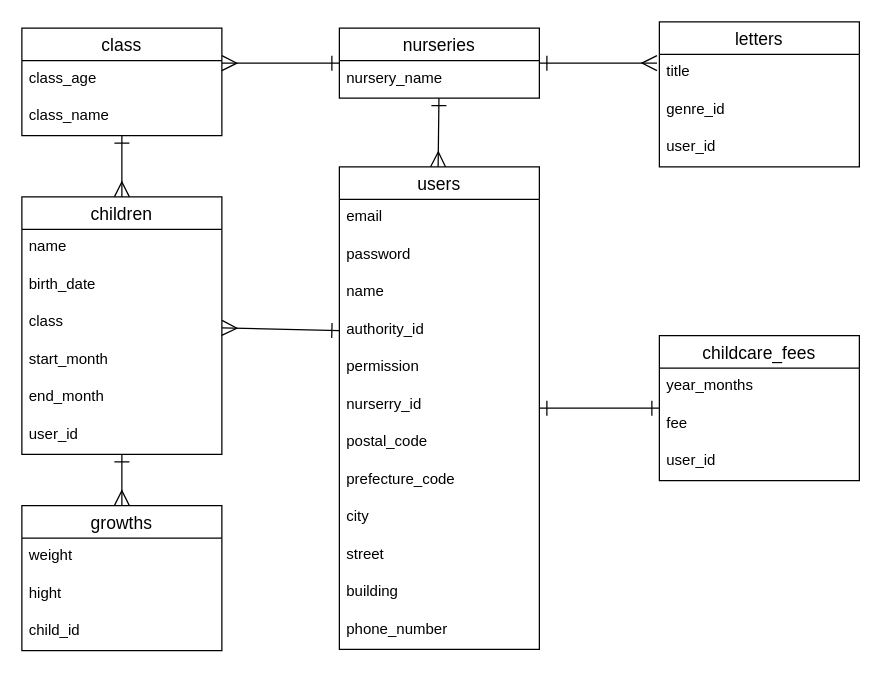
This is ER.dio from moe20200404/tsumiki-note, a draw.io file, before an edit. Source tidied: cells renumbered, new cells numbered last; positions are measured from the earlier drawing's top-left corner, leaving out a move shared by most shapes. Both pictures are drawn from the tidied source at 125%, with x=0, y=0 at pixel (21, 21).
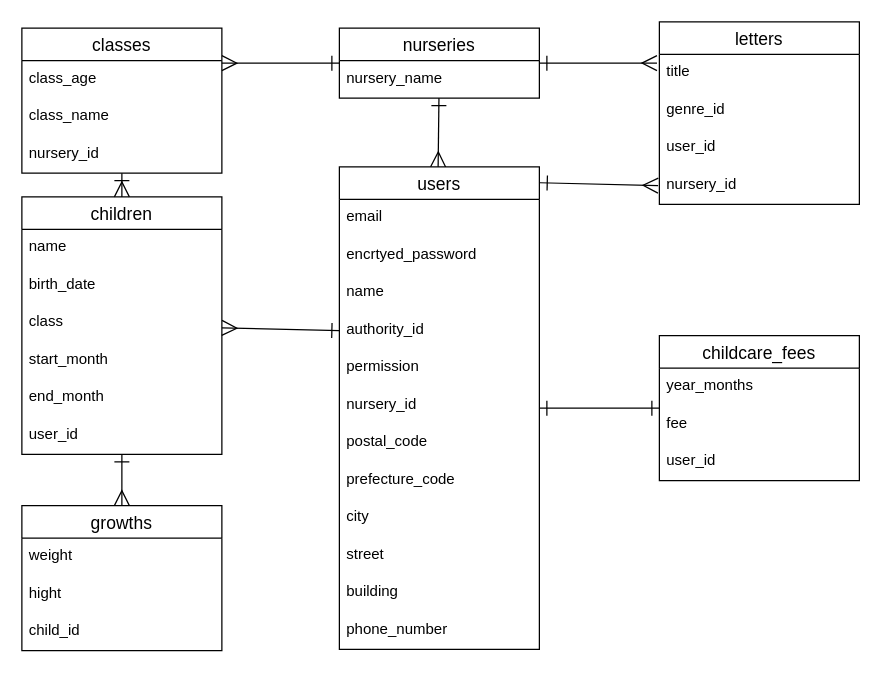
The same page after the edit.

Commit message (it also covers changes not shown here):
READMEのテーブル設計記述

The change refers to these unchanged cells:
```xml
<mxCell id="5" value="users" style="swimlane;fontStyle=0;horizontal=1;startSize=26;align=center;fontSize=14;" parent="1" vertex="1">
  <mxGeometry x="254" y="116" width="160" height="386" as="geometry" />
</mxCell>
```

What changed in the source:
```diff
@@
-    <mxCell id="7" value="password" style="text;strokeColor=none;fillColor=none;spacingLeft=4;spacingRight=4;overflow=hidden;fontSize=12;" parent="5" vertex="1">
+    <mxCell id="7" value="encrtyed_password" style="text;strokeColor=none;fillColor=none;spacingLeft=4;spacingRight=4;overflow=hidden;fontSize=12;" parent="5" vertex="1">
       <mxGeometry y="56" width="160" height="30" as="geometry" />
     </mxCell>
@@
-    <mxCell id="11" value="nurserry_id" style="text;strokeColor=none;fillColor=none;spacingLeft=4;spacingRight=4;overflow=hidden;fontSize=12;" parent="5" vertex="1">
+    <mxCell id="11" value="nursery_id" style="text;strokeColor=none;fillColor=none;spacingLeft=4;spacingRight=4;overflow=hidden;fontSize=12;" parent="5" vertex="1">
       <mxGeometry y="176" width="160" height="30" as="geometry" />
     </mxCell>
@@
     <mxCell id="19" value="letters" style="swimlane;fontStyle=0;horizontal=1;startSize=26;align=center;fontSize=14;" parent="1" vertex="1">
-      <mxGeometry x="510" width="160" height="116" as="geometry" />
+      <mxGeometry x="510" width="160" height="146" as="geometry" />
     </mxCell>
@@
+    <mxCell id="47" value="nursery_id" style="text;strokeColor=none;fillColor=none;spacingLeft=4;spacingRight=4;overflow=hidden;fontSize=12;" parent="19" vertex="1">
+      <mxGeometry y="116" width="160" height="30" as="geometry" />
+    </mxCell>
@@
-    <mxCell id="43" value="class" style="swimlane;fontStyle=0;horizontal=1;startSize=26;align=center;fontSize=14;" parent="1" vertex="1">
-      <mxGeometry y="5" width="160" height="86" as="geometry" />
+    <mxCell id="43" value="classes" style="swimlane;fontStyle=0;horizontal=1;startSize=26;align=center;fontSize=14;" parent="1" vertex="1">
+      <mxGeometry y="5" width="160" height="116" as="geometry" />
     </mxCell>
@@
+    <mxCell id="48" value="nursery_id" style="text;strokeColor=none;fillColor=none;spacingLeft=4;spacingRight=4;overflow=hidden;fontSize=12;" parent="43" vertex="1">
+      <mxGeometry y="86" width="160" height="30" as="geometry" />
+    </mxCell>
@@
+    <mxCell id="49" style="endArrow=ERmany;html=1;rounded=0;exitX=1.008;exitY=0.033;exitDx=0;exitDy=0;exitPerimeter=0;entryX=0;entryY=0.5;entryDx=0;entryDy=0;endSize=10;startSize=10;startArrow=ERone;startFill=0;endFill=0;" parent="1" edge="1">
+      <mxGeometry relative="1" as="geometry">
+        <mxPoint x="414.3" y="128.7" as="sourcePoint" />
+        <mxPoint x="509" y="131" as="targetPoint" />
+      </mxGeometry>
+    </mxCell>
```
